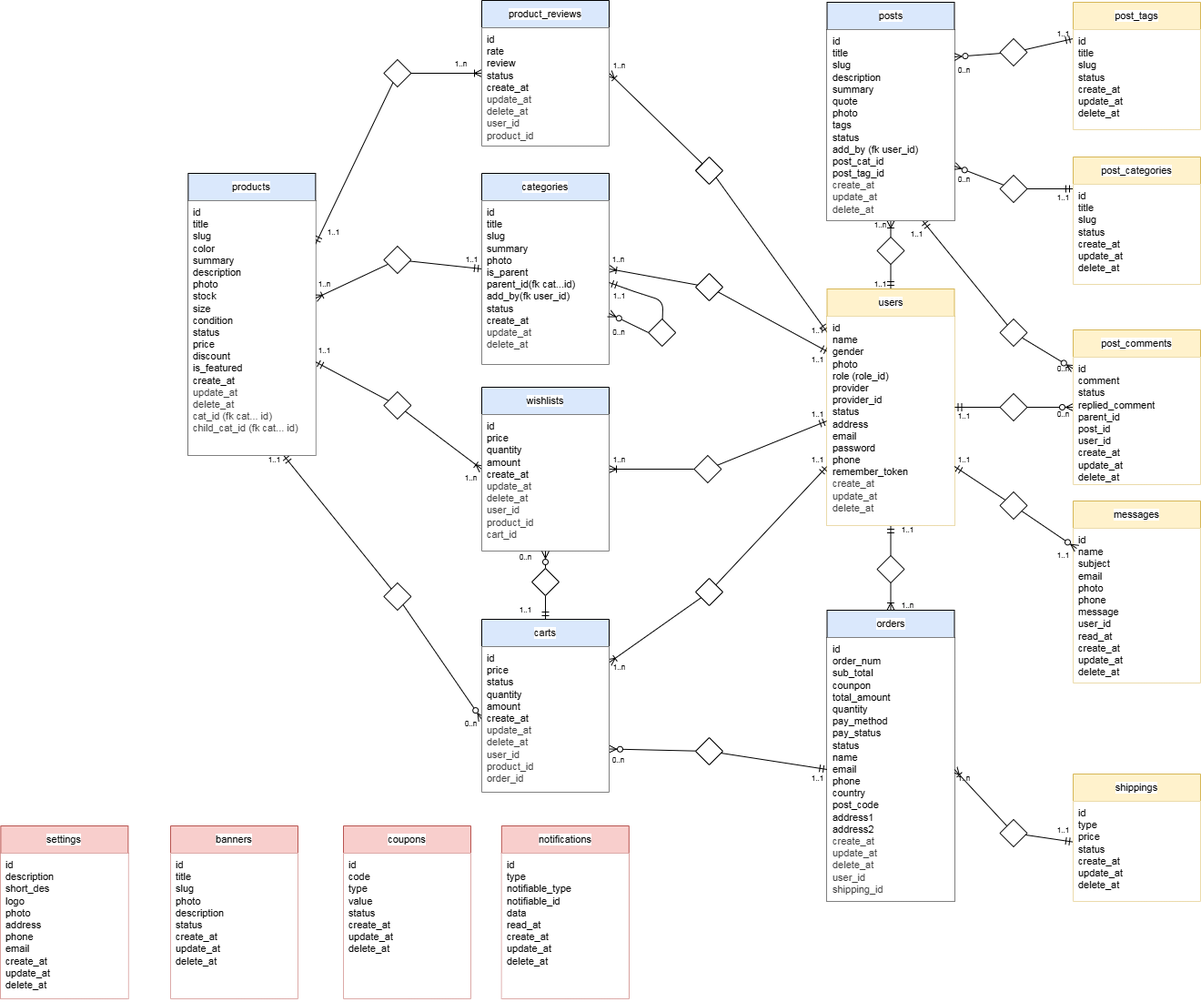
The draw.io diagram 00_DataShare/Draft_Diagram.png in ThanhTran16389/btck_organic_food, before a commit. Source tidied: cells renumbered, new cells last; positions are measured from the earlier drawing's top-left corner, leaving out a move shared by most shapes.
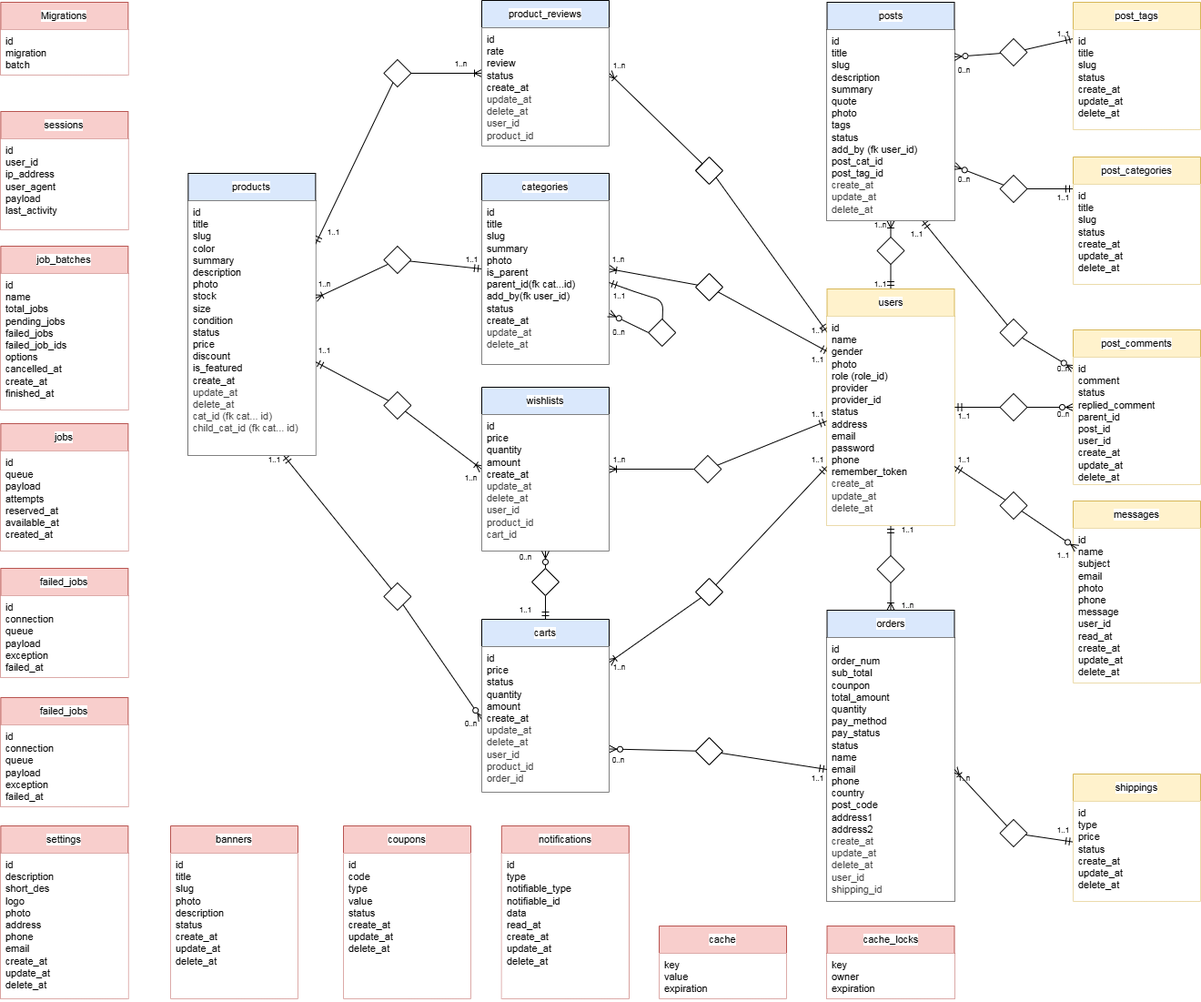
The same file after the commit.

The edit, as a diff of the source:
```diff
@@ -397,5 +397,53 @@
     <mxCell id="131" value="1..1" style="text;html=1;align=center;verticalAlign=middle;whiteSpace=wrap;rounded=0;fontSize=8;shadow=0;" parent="1" vertex="1">
       <mxGeometry x="1158" y="605" width="21" height="10" as="geometry" />
     </mxCell>
+    <mxCell id="132" value="cache" style="swimlane;fontStyle=0;horizontal=1;startSize=30;whiteSpace=wrap;html=1;fontFamily=Helvetica;fontSize=11;labelBackgroundColor=default;fillColor=#f8cecc;strokeColor=#b85450;" parent="1" vertex="1">
+      <mxGeometry x="724" y="1017" width="140" height="80" as="geometry" />
+    </mxCell>
+    <mxCell id="133" value="key&lt;div&gt;value&lt;/div&gt;&lt;div&gt;expiration&lt;/div&gt;" style="text;strokeColor=none;fillColor=default;align=left;verticalAlign=top;spacingLeft=4;spacingRight=4;overflow=hidden;whiteSpace=wrap;html=1;fontFamily=Helvetica;fontSize=11;fontColor=default;labelBackgroundColor=default;" parent="132" vertex="1">
+      <mxGeometry y="30" width="140" height="50" as="geometry" />
+    </mxCell>
+    <mxCell id="134" value="cache_locks" style="swimlane;fontStyle=0;horizontal=1;startSize=30;whiteSpace=wrap;html=1;fontFamily=Helvetica;fontSize=11;labelBackgroundColor=default;fillColor=#f8cecc;strokeColor=#b85450;" parent="1" vertex="1">
+      <mxGeometry x="908.5" y="1017" width="140" height="80" as="geometry" />
+    </mxCell>
+    <mxCell id="135" value="key&lt;div&gt;owner&lt;/div&gt;&lt;div&gt;expiration&lt;/div&gt;" style="text;strokeColor=none;fillColor=default;align=left;verticalAlign=top;spacingLeft=4;spacingRight=4;overflow=hidden;whiteSpace=wrap;html=1;fontFamily=Helvetica;fontSize=11;fontColor=default;labelBackgroundColor=default;" parent="134" vertex="1">
+      <mxGeometry y="30" width="140" height="50" as="geometry" />
+    </mxCell>
+    <mxCell id="136" value="failed_jobs" style="swimlane;fontStyle=0;horizontal=1;startSize=30;whiteSpace=wrap;html=1;fontFamily=Helvetica;fontSize=11;labelBackgroundColor=default;fillColor=#f8cecc;strokeColor=#b85450;" parent="1" vertex="1">
+      <mxGeometry x="0.4" y="624" width="140" height="120" as="geometry" />
+    </mxCell>
+    <mxCell id="137" value="id&lt;div&gt;connection&lt;/div&gt;&lt;div&gt;queue&lt;/div&gt;&lt;div&gt;payload&lt;/div&gt;&lt;div&gt;exception&lt;/div&gt;&lt;div&gt;failed_at&lt;/div&gt;" style="text;strokeColor=none;fillColor=default;align=left;verticalAlign=top;spacingLeft=4;spacingRight=4;overflow=hidden;whiteSpace=wrap;html=1;fontFamily=Helvetica;fontSize=11;fontColor=default;labelBackgroundColor=default;" parent="136" vertex="1">
+      <mxGeometry y="30" width="140" height="90" as="geometry" />
+    </mxCell>
+    <mxCell id="138" value="failed_jobs" style="swimlane;fontStyle=0;horizontal=1;startSize=30;whiteSpace=wrap;html=1;fontFamily=Helvetica;fontSize=11;labelBackgroundColor=default;fillColor=#f8cecc;strokeColor=#b85450;" parent="1" vertex="1">
+      <mxGeometry x="0.4" y="766" width="140" height="120" as="geometry" />
+    </mxCell>
+    <mxCell id="139" value="id&lt;div&gt;connection&lt;/div&gt;&lt;div&gt;queue&lt;/div&gt;&lt;div&gt;payload&lt;/div&gt;&lt;div&gt;exception&lt;/div&gt;&lt;div&gt;failed_at&lt;/div&gt;" style="text;strokeColor=none;fillColor=default;align=left;verticalAlign=top;spacingLeft=4;spacingRight=4;overflow=hidden;whiteSpace=wrap;html=1;fontFamily=Helvetica;fontSize=11;fontColor=default;labelBackgroundColor=default;" parent="138" vertex="1">
+      <mxGeometry y="30" width="140" height="90" as="geometry" />
+    </mxCell>
+    <mxCell id="140" value="jobs" style="swimlane;fontStyle=0;horizontal=1;startSize=30;whiteSpace=wrap;html=1;fontFamily=Helvetica;fontSize=11;labelBackgroundColor=default;fillColor=#f8cecc;strokeColor=#b85450;" parent="1" vertex="1">
+      <mxGeometry x="0.4" y="465" width="140" height="140" as="geometry" />
+    </mxCell>
+    <mxCell id="141" value="id&lt;div&gt;queue&lt;/div&gt;&lt;div&gt;payload&lt;/div&gt;&lt;div&gt;attempts&lt;/div&gt;&lt;div&gt;reserved_at&lt;/div&gt;&lt;div&gt;available_at&lt;/div&gt;&lt;div&gt;created_at&lt;/div&gt;" style="text;strokeColor=none;fillColor=default;align=left;verticalAlign=top;spacingLeft=4;spacingRight=4;overflow=hidden;whiteSpace=wrap;html=1;fontFamily=Helvetica;fontSize=11;fontColor=default;labelBackgroundColor=default;" parent="140" vertex="1">
+      <mxGeometry y="30" width="140" height="110" as="geometry" />
+    </mxCell>
+    <mxCell id="142" value="job_batches" style="swimlane;fontStyle=0;horizontal=1;startSize=30;whiteSpace=wrap;html=1;fontFamily=Helvetica;fontSize=11;labelBackgroundColor=default;fillColor=#f8cecc;strokeColor=#b85450;" parent="1" vertex="1">
+      <mxGeometry x="0.4" y="270" width="140" height="180" as="geometry" />
+    </mxCell>
+    <mxCell id="143" value="id&lt;div&gt;name&lt;/div&gt;&lt;div&gt;total_jobs&lt;/div&gt;&lt;div&gt;pending_jobs&lt;/div&gt;&lt;div&gt;failed_jobs&lt;/div&gt;&lt;div&gt;failed_job_ids&lt;/div&gt;&lt;div&gt;options&lt;/div&gt;&lt;div&gt;cancelled_at&lt;/div&gt;&lt;div&gt;create_at&lt;/div&gt;&lt;div&gt;finished_at&lt;/div&gt;" style="text;strokeColor=none;fillColor=default;align=left;verticalAlign=top;spacingLeft=4;spacingRight=4;overflow=hidden;whiteSpace=wrap;html=1;fontFamily=Helvetica;fontSize=11;fontColor=default;labelBackgroundColor=default;" parent="142" vertex="1">
+      <mxGeometry y="30" width="140" height="150" as="geometry" />
+    </mxCell>
+    <mxCell id="144" value="Migrations" style="swimlane;fontStyle=0;horizontal=1;startSize=30;whiteSpace=wrap;html=1;fontFamily=Helvetica;fontSize=11;labelBackgroundColor=default;fillColor=#f8cecc;strokeColor=#b85450;" parent="1" vertex="1">
+      <mxGeometry x="0.4" y="2" width="140" height="80" as="geometry" />
+    </mxCell>
+    <mxCell id="145" value="id&lt;div&gt;migration&lt;/div&gt;&lt;div&gt;batch&lt;/div&gt;" style="text;strokeColor=none;fillColor=default;align=left;verticalAlign=top;spacingLeft=4;spacingRight=4;overflow=hidden;whiteSpace=wrap;html=1;fontFamily=Helvetica;fontSize=11;fontColor=default;labelBackgroundColor=default;" parent="144" vertex="1">
+      <mxGeometry y="30" width="140" height="50" as="geometry" />
+    </mxCell>
+    <mxCell id="146" value="sessions" style="swimlane;fontStyle=0;horizontal=1;startSize=30;whiteSpace=wrap;html=1;fontFamily=Helvetica;fontSize=11;labelBackgroundColor=default;fillColor=#f8cecc;strokeColor=#b85450;" parent="1" vertex="1">
+      <mxGeometry x="0.4" y="122" width="140" height="130" as="geometry" />
+    </mxCell>
+    <mxCell id="147" value="id&lt;div&gt;user_id&lt;/div&gt;&lt;div&gt;ip_address&lt;/div&gt;&lt;div&gt;user_agent&lt;/div&gt;&lt;div&gt;payload&lt;/div&gt;&lt;div&gt;last_activity&lt;/div&gt;" style="text;strokeColor=none;fillColor=default;align=left;verticalAlign=top;spacingLeft=4;spacingRight=4;overflow=hidden;whiteSpace=wrap;html=1;fontFamily=Helvetica;fontSize=11;fontColor=default;labelBackgroundColor=default;" parent="146" vertex="1">
+      <mxGeometry y="30" width="140" height="100" as="geometry" />
+    </mxCell>
   </root>
 </mxGraphModel>
```
